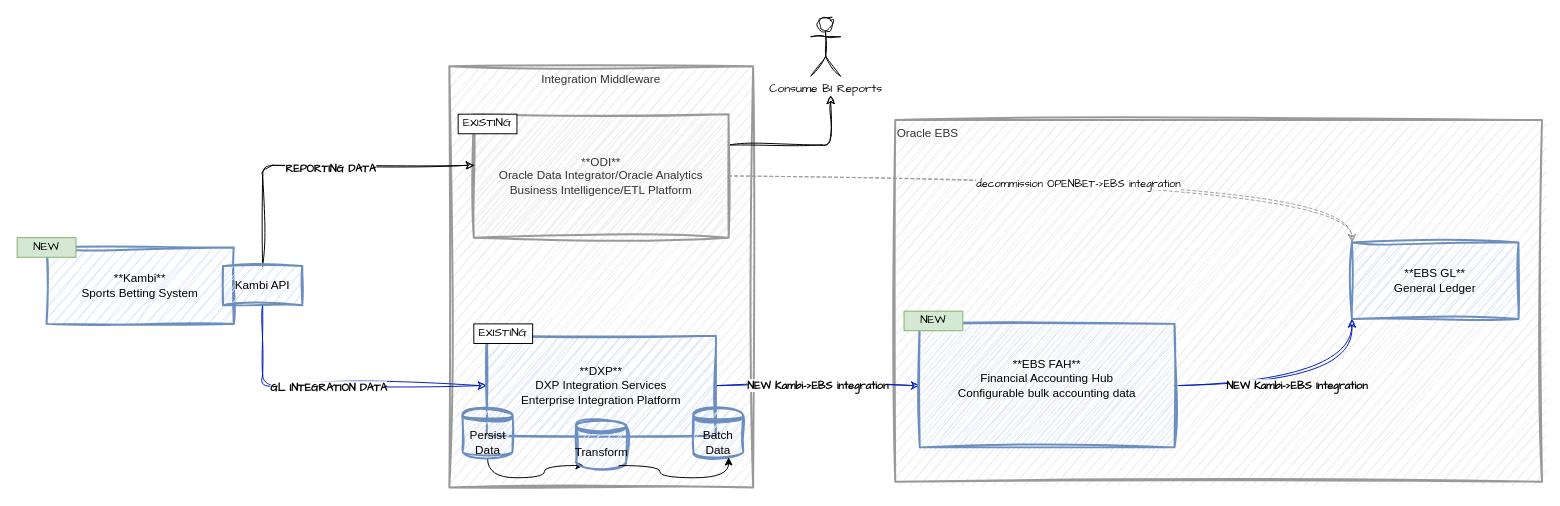
Above: page "AOD Integration KAMBI Isolated" (4 of 5) of ALC KAMBI.drawio in luclalor/Draw_IO (draw.io), before the change. Source tidied: cells renumbered, new cells numbered last; positions are measured from the earlier drawing's top-left corner, leaving out a move shared by most shapes. Both pictures are drawn from the tidied source at 98%, with x=0, y=0 at pixel (17, 17).
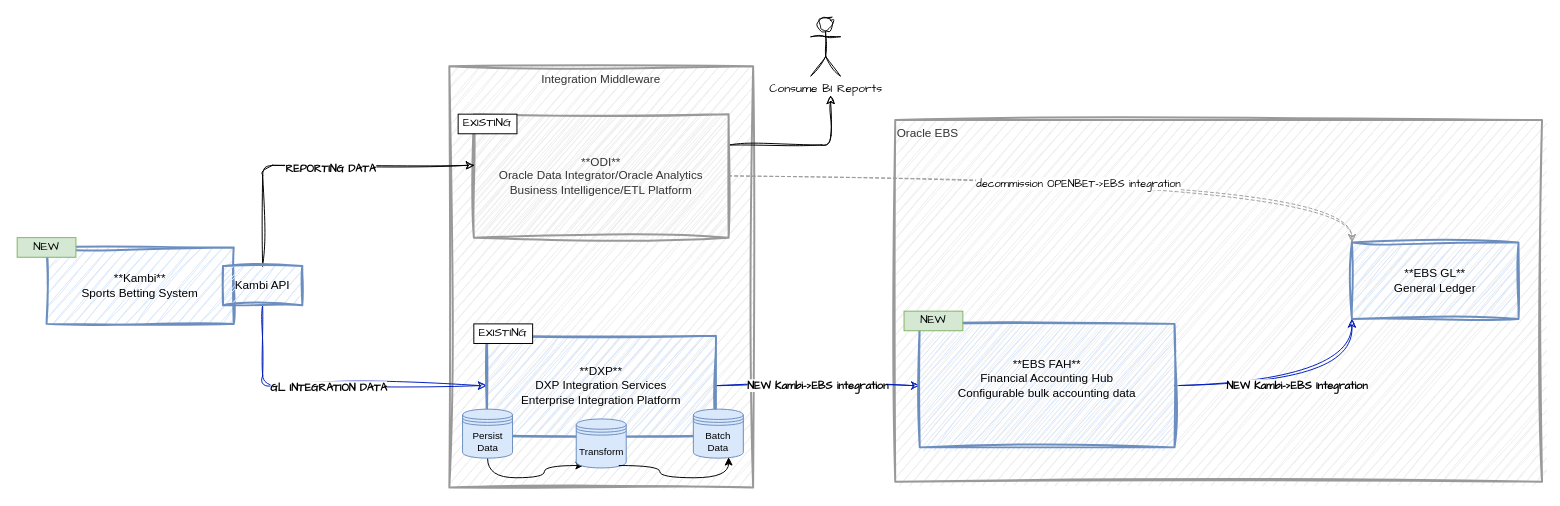
Above is the later version.

Commit message:
Update ALC KAMBI - modified AOD styles slightly on DXP pattern.drawio

Diff of the diagram source:
```diff
@@
-    <mxCell id="25" value="Persist Data" style="shape=datastore;whiteSpace=wrap;html=1;sketch=1;jiggle=2;curveFitting=1;fontFamily=Helvetica;rounded=0;strokeColor=#6c8ebf;strokeWidth=2;align=center;verticalAlign=middle;fontSize=12;fontColor=default;fillColor=#dae8fc;" parent="1" vertex="1">
+    <mxCell id="25" value="Persist Data" style="shape=datastore;whiteSpace=wrap;html=1;fontFamily=Helvetica;rounded=0;strokeColor=#6c8ebf;strokeWidth=1;align=center;verticalAlign=middle;fontSize=10;fontColor=default;fillColor=#dae8fc;fontStyle=0;" parent="1" vertex="1">
       <mxGeometry x="454.5" y="400" width="51" height="50" as="geometry" />
     </mxCell>
-    <mxCell id="26" value="Batch Data" style="shape=datastore;whiteSpace=wrap;html=1;sketch=1;jiggle=2;curveFitting=1;fontFamily=Helvetica;rounded=0;strokeColor=#6c8ebf;strokeWidth=2;align=center;verticalAlign=middle;fontSize=12;fontColor=default;fillColor=#dae8fc;" parent="1" vertex="1">
+    <mxCell id="26" value="Batch Data" style="shape=datastore;whiteSpace=wrap;html=1;fontFamily=Helvetica;rounded=0;strokeColor=#6c8ebf;strokeWidth=1;align=center;verticalAlign=middle;fontSize=10;fontColor=default;fillColor=#dae8fc;fontStyle=0;" parent="1" vertex="1">
       <mxGeometry x="690" y="400" width="51" height="50" as="geometry" />
     </mxCell>
-    <mxCell id="27" value="Transform" style="shape=datastore;whiteSpace=wrap;html=1;sketch=1;jiggle=2;curveFitting=1;fontFamily=Helvetica;rounded=0;strokeColor=#6c8ebf;strokeWidth=2;align=center;verticalAlign=middle;fontSize=12;fontColor=default;fillColor=#dae8fc;" parent="1" vertex="1">
+    <mxCell id="27" value="Transform" style="shape=datastore;whiteSpace=wrap;html=1;fontFamily=Helvetica;rounded=0;strokeColor=#6c8ebf;strokeWidth=1;align=center;verticalAlign=middle;fontSize=10;fontColor=default;fillColor=#dae8fc;fontStyle=0;" parent="1" vertex="1">
       <mxGeometry x="570.5" y="410" width="51" height="50" as="geometry" />
     </mxCell>
```
